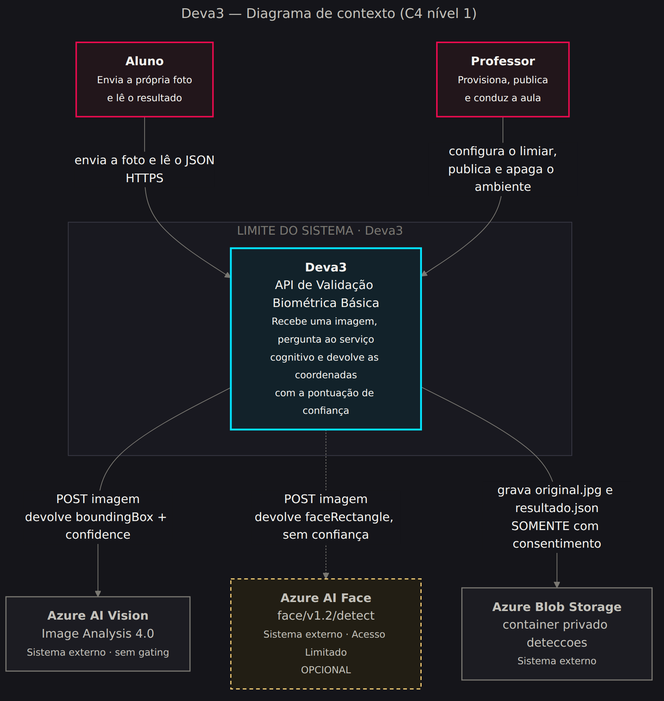
The Mermaid diagram aulas/05-bedrock-agents/Lab/docs/imagens/01-contexto.png in IsaiasBritto/aie-cloud, before a commit. Its source is kept beside it as aulas/05-bedrock-agents/Lab/docs/diagramas/01-contexto.mmd.
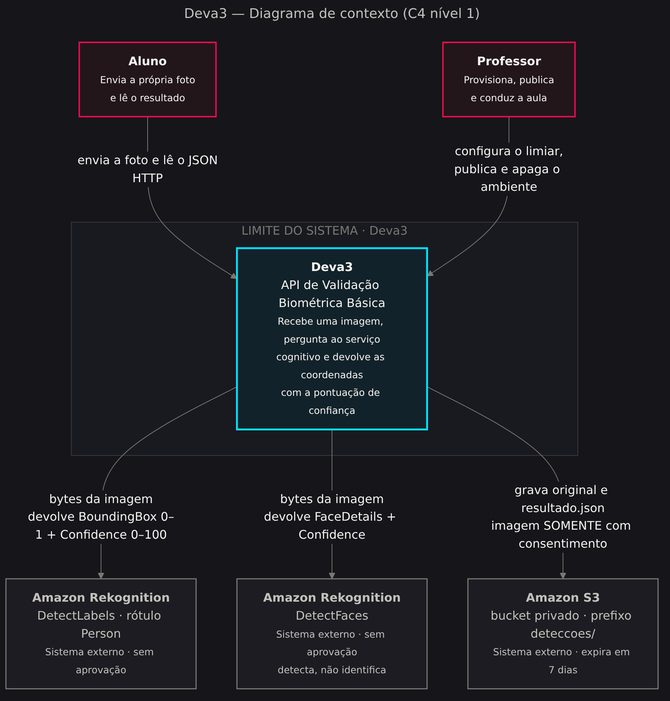
After the change.

Change to the diagram source:
```diff
@@ -11,25 +11,23 @@
         deva3["<b>Deva3</b><br/>API de Validação Biométrica Básica<br/><span style='font-size:13px'>Recebe uma imagem, pergunta ao serviço<br/>cognitivo e devolve as coordenadas<br/>com a pontuação de confiança</span>"]
     end
 
-    visao["<b>Azure AI Vision</b><br/>Image Analysis 4.0<br/><span style='font-size:13px'>Sistema externo · sem gating</span>"]
-    face["<b>Azure AI Face</b><br/>face/v1.2/detect<br/><span style='font-size:13px'>Sistema externo · Acesso Limitado<br/>OPCIONAL</span>"]
-    blob["<b>Azure Blob Storage</b><br/>container privado deteccoes<br/><span style='font-size:13px'>Sistema externo</span>"]
+    pessoas["<b>Amazon Rekognition</b><br/>DetectLabels · rótulo Person<br/><span style='font-size:13px'>Sistema externo · sem aprovação</span>"]
+    rostos["<b>Amazon Rekognition</b><br/>DetectFaces<br/><span style='font-size:13px'>Sistema externo · sem aprovação<br/>detecta, não identifica</span>"]
+    s3["<b>Amazon S3</b><br/>bucket privado · prefixo deteccoes/<br/><span style='font-size:13px'>Sistema externo · expira em 7 dias</span>"]
 
-    aluno -->|"envia a foto e lê o JSON<br/>HTTPS"| deva3
+    aluno -->|"envia a foto e lê o JSON<br/>HTTP"| deva3
     professor -->|"configura o limiar,<br/>publica e apaga o ambiente"| deva3
 
-    deva3 -->|"POST imagem<br/>devolve boundingBox + confidence"| visao
-    deva3 -.->|"POST imagem<br/>devolve faceRectangle, sem confiança"| face
-    deva3 -->|"grava original.jpg e resultado.json<br/>SOMENTE com consentimento"| blob
+    deva3 -->|"bytes da imagem<br/>devolve BoundingBox 0–1 + Confidence 0–100"| pessoas
+    deva3 -->|"bytes da imagem<br/>devolve FaceDetails + Confidence"| rostos
+    deva3 -->|"grava original e resultado.json<br/>imagem SOMENTE com consentimento"| s3
 
     classDef pessoa fill:#22161B,stroke:#EB0B4F,stroke-width:2px,color:#F4F3EF
     classDef sistema fill:#12222A,stroke:#03E3FD,stroke-width:2.5px,color:#F4F3EF
     classDef externo fill:#1C1C22,stroke:#7A7872,stroke-width:1.5px,color:#C3C1BA
-    classDef opcional fill:#221E14,stroke:#FFD579,stroke-width:1.5px,color:#C3C1BA,stroke-dasharray:5 4
 
     class aluno,professor pessoa
     class deva3 sistema
-    class visao,blob externo
-    class face opcional
+    class pessoas,rostos,s3 externo
 
     style limite fill:#191920,stroke:#3A3A46,stroke-width:1px,color:#7A7872
```
